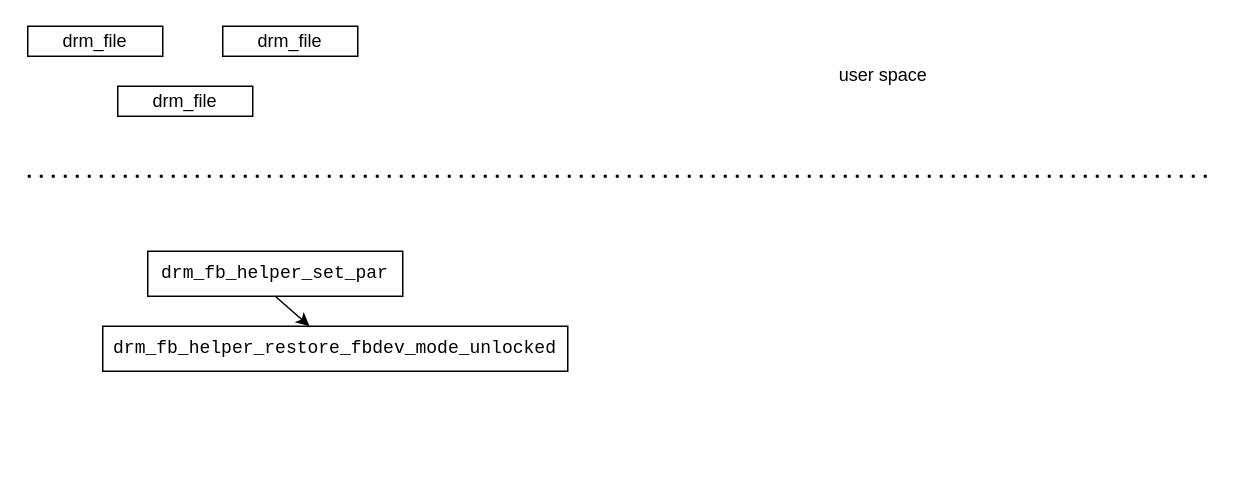
The draw.io diagram org/2024/4/1/xorg-source-code/draws/process.drawio in Allinaent/blog, before the edit. Source tidied: cells renumbered, new cells numbered last; positions are measured from the earlier drawing's top-left corner, leaving out a move shared by most shapes. Both pictures are drawn from the tidied source at 150%, with x=0, y=0 at pixel (27, 26).
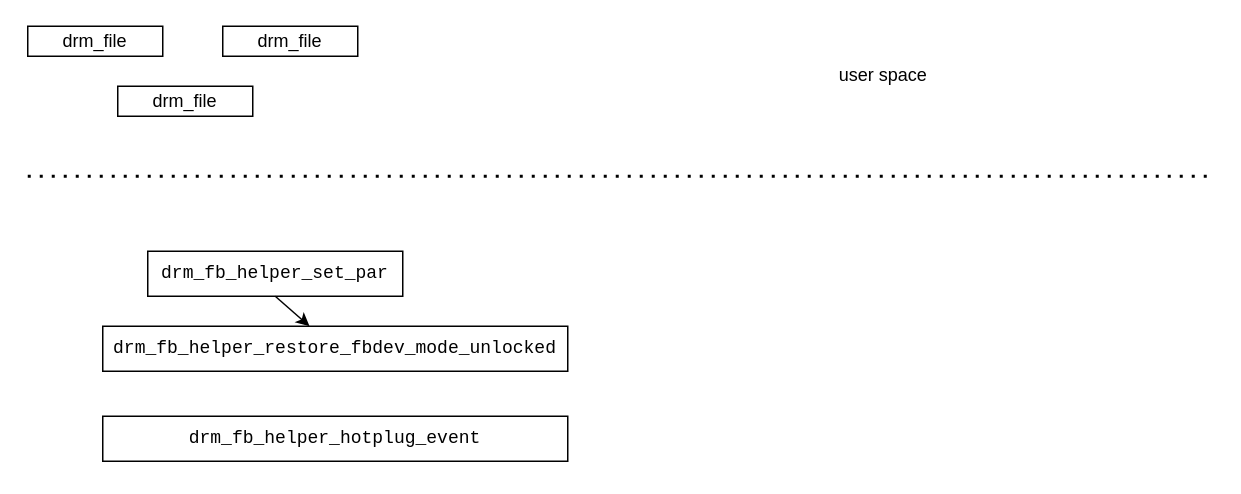
Above is the later version.

What changed in the source:
```diff
@@
 <mxGraphModel>
   <root>
     <mxCell id="0" />
     <mxCell id="1" parent="0" />
     <mxCell id="2" value="&lt;pre style=&quot;text-align: start; overflow-wrap: break-word; text-wrap: wrap;&quot;&gt;drm_fb_helper_restore_fbdev_mode_unlocked&lt;/pre&gt;" style="rounded=0;whiteSpace=wrap;html=1;" parent="1" vertex="1">
       <mxGeometry x="50" y="200" width="310" height="30" as="geometry" />
     </mxCell>
     <mxCell id="3" value="&lt;pre style=&quot;text-align: start; overflow-wrap: break-word; text-wrap: wrap;&quot;&gt;drm_fb_helper_set_par&lt;/pre&gt;" style="rounded=0;whiteSpace=wrap;html=1;" parent="1" vertex="1">
       <mxGeometry x="80" y="150" width="170" height="30" as="geometry" />
     </mxCell>
     <mxCell id="4" style="endArrow=classic;html=1;rounded=0;exitX=0.5;exitY=1;exitDx=0;exitDy=0;" parent="1" edge="1" source="3" target="2">
       <mxGeometry relative="1" as="geometry" />
     </mxCell>
     <mxCell id="5" value="drm_file" style="rounded=0;whiteSpace=wrap;html=1;" parent="1" vertex="1">
       <mxGeometry width="90" height="20" as="geometry" />
     </mxCell>
     <mxCell id="6" value="drm_file" style="rounded=0;whiteSpace=wrap;html=1;" parent="1" vertex="1">
       <mxGeometry x="60" y="40" width="90" height="20" as="geometry" />
     </mxCell>
     <mxCell id="7" value="drm_file" style="rounded=0;whiteSpace=wrap;html=1;" parent="1" vertex="1">
       <mxGeometry x="130" width="90" height="20" as="geometry" />
     </mxCell>
     <mxCell id="8" style="endArrow=none;dashed=1;html=1;dashPattern=1 3;strokeWidth=2;rounded=0;" parent="1" edge="1">
       <mxGeometry relative="1" as="geometry">
         <mxPoint y="100" as="sourcePoint" />
         <mxPoint x="790" y="100" as="targetPoint" />
       </mxGeometry>
     </mxCell>
     <mxCell id="9" value="user space" style="text;html=1;align=center;verticalAlign=middle;strokeColor=none;fillColor=none;" parent="1" vertex="1">
       <mxGeometry x="530" y="18" width="80" height="30" as="geometry" />
     </mxCell>
+    <mxCell id="10" value="&lt;pre style=&quot;text-align: start; overflow-wrap: break-word;&quot;&gt;&lt;span style=&quot;text-wrap: wrap;&quot;&gt;drm_fb_helper_hotplug_event&lt;br&gt;&lt;/span&gt;&lt;/pre&gt;" style="rounded=0;whiteSpace=wrap;html=1;" parent="1" vertex="1">
+      <mxGeometry x="50" y="260" width="310" height="30" as="geometry" />
+    </mxCell>
   </root>
 </mxGraphModel>
```
